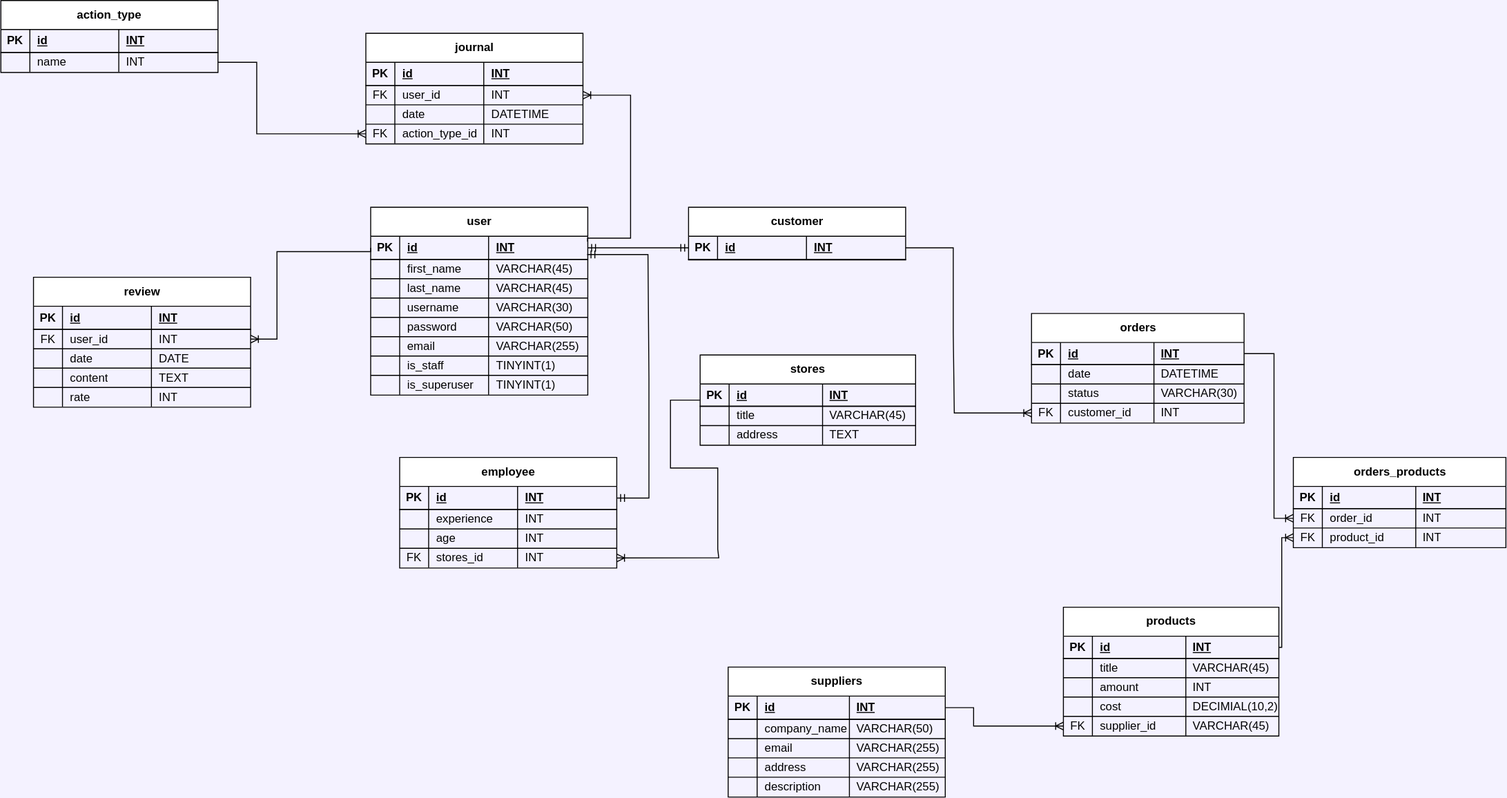
This is DbdiagramV2.svg from PoltosSVA/BD, a draw.io export, as it was before one commit. Source tidied: cells renumbered, new cells last; positions are measured from the earlier drawing's top-left corner, leaving out a move shared by most shapes.
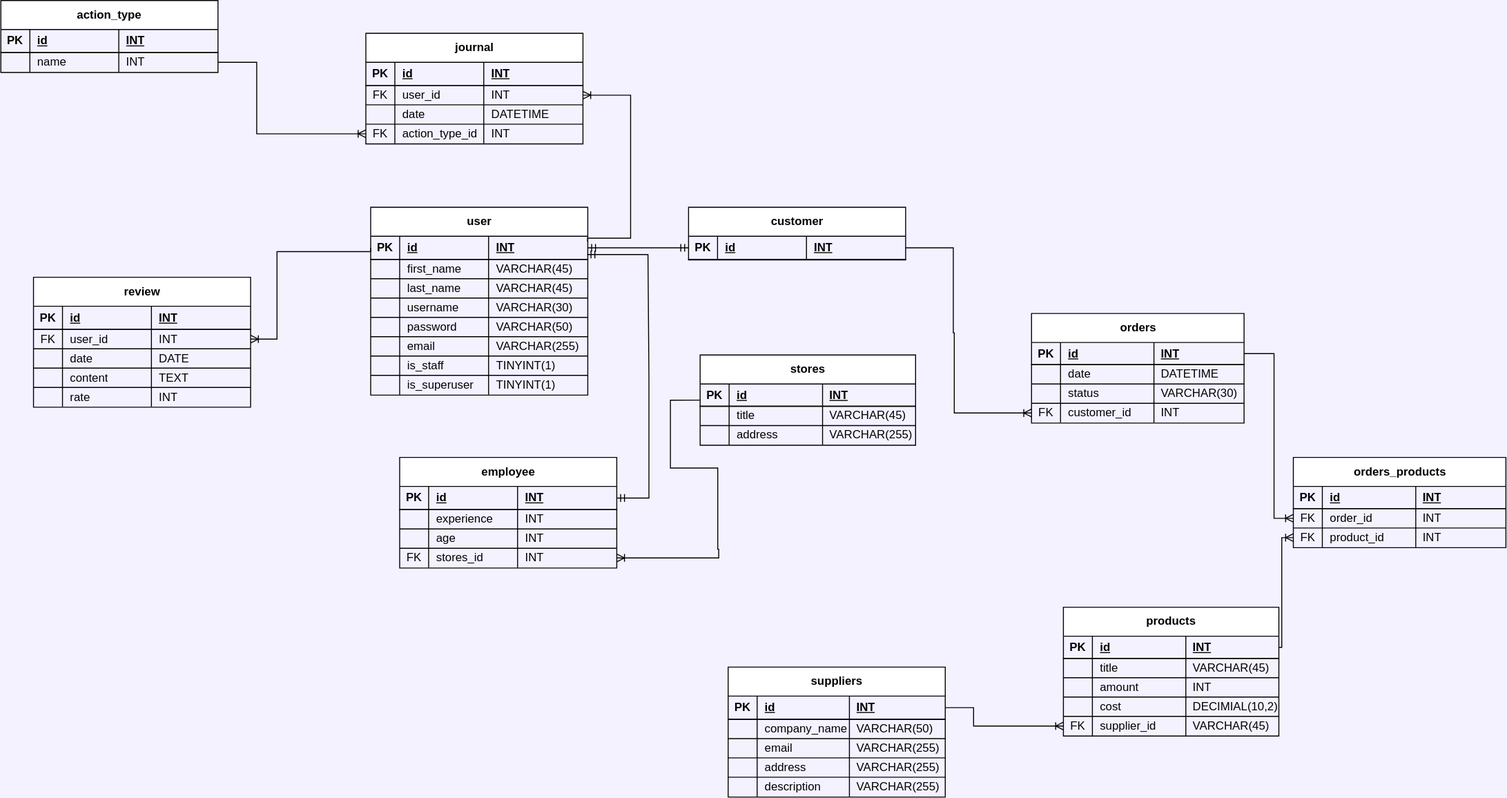
Above is the later version.

Diff of the diagram source:
```diff
@@ -623,7 +623,7 @@
     <mxCell id="191" value="address" style="shape=partialRectangle;fillColor=none;top=0;left=0;bottom=0;right=0;align=left;spacingLeft=6;overflow=hidden;whiteSpace=wrap;html=1;" parent="189" vertex="1">
       <mxGeometry x="30" width="96.7" height="20" as="geometry" />
     </mxCell>
-    <mxCell id="192" value="TEXT" style="shape=partialRectangle;fillColor=none;top=0;left=0;bottom=0;right=0;align=left;spacingLeft=6;overflow=hidden;whiteSpace=wrap;html=1;" parent="189" vertex="1">
+    <mxCell id="192" value="VARCHAR(255)" style="shape=partialRectangle;fillColor=none;top=0;left=0;bottom=0;right=0;align=left;spacingLeft=6;overflow=hidden;whiteSpace=wrap;html=1;" parent="189" vertex="1">
       <mxGeometry x="126.7" width="96.3" height="20" as="geometry" />
     </mxCell>
     <mxCell id="193" value="customer" style="shape=table;startSize=30;rowLines=1;fontStyle=1;align=center;html=1;" parent="1" vertex="1">
```
